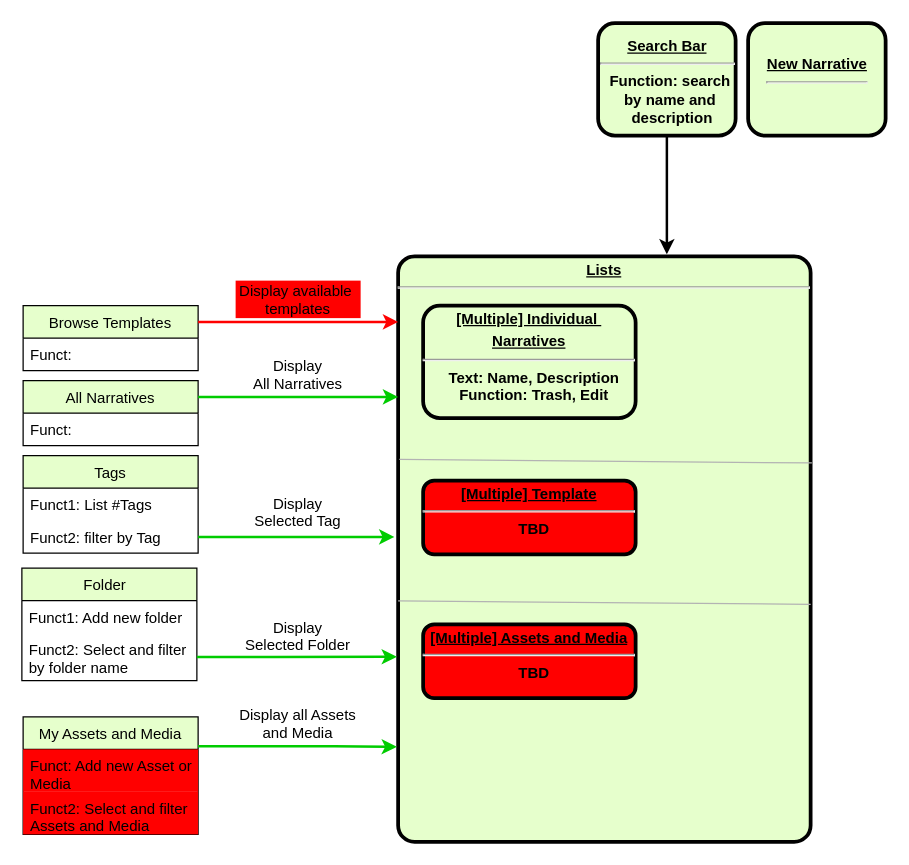
mfanSM/diagramFlowchart keeps this draw.io diagram as page "Portal Page" (1 of 2) of Springmatter Functional Diagram.drawio. Above is the earlier version. Source tidied: cells renumbered, new cells numbered last; positions are measured from the earlier drawing's top-left corner, leaving out a move shared by most shapes. Both pictures are drawn from the tidied source at 125%, with x=0, y=0 at pixel (21, 22).
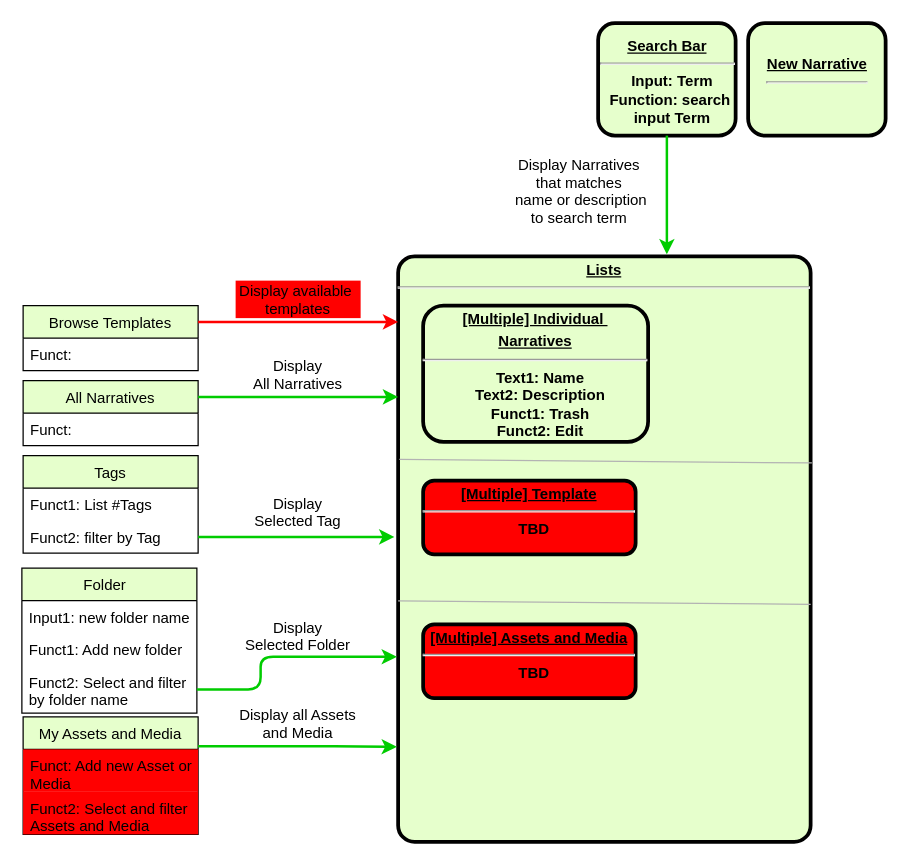
The same page after the edit.

The edit, as a diff of the source:
```diff
@@
-    <mxCell id="4" value="&lt;p style=&quot;margin: 0px ; margin-top: 4px ; text-align: center ; text-decoration: underline&quot;&gt;[Multiple] Individual&amp;nbsp;&lt;/p&gt;&lt;p style=&quot;margin: 0px ; margin-top: 4px ; text-align: center ; text-decoration: underline&quot;&gt;Narratives&lt;/p&gt;&lt;hr&gt;&lt;p style=&quot;margin: 0px ; margin-left: 8px&quot;&gt;Text: Name, Description&lt;/p&gt;&lt;p style=&quot;margin: 0px ; margin-left: 8px&quot;&gt;Function: Trash, Edit&lt;/p&gt;" style="verticalAlign=middle;align=center;overflow=fill;fontSize=12;fontFamily=Helvetica;html=1;rounded=1;fontStyle=1;strokeWidth=3;fillColor=#E6FFCC;" parent="1" vertex="1">
-      <mxGeometry x="321" y="226" width="170" height="90" as="geometry" />
+    <mxCell id="4" value="&lt;p style=&quot;margin: 0px ; margin-top: 4px ; text-align: center ; text-decoration: underline&quot;&gt;[Multiple] Individual&amp;nbsp;&lt;/p&gt;&lt;p style=&quot;margin: 0px ; margin-top: 4px ; text-align: center ; text-decoration: underline&quot;&gt;Narratives&lt;/p&gt;&lt;hr&gt;&lt;p style=&quot;margin: 0px ; margin-left: 8px&quot;&gt;Text1: Name&lt;/p&gt;&lt;p style=&quot;margin: 0px ; margin-left: 8px&quot;&gt;Text2: Description&lt;/p&gt;&lt;p style=&quot;margin: 0px ; margin-left: 8px&quot;&gt;Funct1: Trash&lt;/p&gt;&lt;p style=&quot;margin: 0px ; margin-left: 8px&quot;&gt;Funct2: Edit&lt;/p&gt;" style="verticalAlign=middle;align=center;overflow=fill;fontSize=12;fontFamily=Helvetica;html=1;rounded=1;fontStyle=1;strokeWidth=3;fillColor=#E6FFCC;" parent="1" vertex="1">
+      <mxGeometry x="321" y="226" width="180" height="109" as="geometry" />
     </mxCell>
-    <mxCell id="5" value="&lt;p style=&quot;margin: 0px ; margin-top: 4px ; text-align: center ; text-decoration: underline&quot;&gt;&lt;strong&gt;Search Bar&lt;br&gt;&lt;/strong&gt;&lt;/p&gt;&lt;hr&gt;&lt;p style=&quot;margin: 0px ; margin-left: 8px&quot;&gt;Function: search&amp;nbsp;&lt;/p&gt;&lt;p style=&quot;margin: 0px ; margin-left: 8px&quot;&gt;by&amp;nbsp;&lt;span&gt;name and&amp;nbsp;&lt;/span&gt;&lt;/p&gt;&lt;p style=&quot;margin: 0px ; margin-left: 8px&quot;&gt;&lt;span&gt;description&lt;/span&gt;&lt;/p&gt;" style="verticalAlign=middle;align=center;overflow=auto;fontSize=12;fontFamily=Helvetica;html=1;rounded=1;fontStyle=1;strokeWidth=3;fillColor=#E6FFCC;" parent="1" vertex="1">
+    <mxCell id="5" value="&lt;p style=&quot;margin: 0px ; margin-top: 4px ; text-align: center ; text-decoration: underline&quot;&gt;&lt;strong&gt;Search Bar&lt;br&gt;&lt;/strong&gt;&lt;/p&gt;&lt;hr&gt;&lt;p style=&quot;margin: 0px ; margin-left: 8px&quot;&gt;Input: Term&lt;/p&gt;&lt;p style=&quot;margin: 0px ; margin-left: 8px&quot;&gt;Function: search&amp;nbsp;&lt;/p&gt;&lt;p style=&quot;margin: 0px ; margin-left: 8px&quot;&gt;input Term&lt;/p&gt;" style="verticalAlign=middle;align=center;overflow=auto;fontSize=12;fontFamily=Helvetica;html=1;rounded=1;fontStyle=1;strokeWidth=3;fillColor=#E6FFCC;" parent="1" vertex="1">
       <mxGeometry x="461" width="110" height="90" as="geometry" />
     </mxCell>
@@
-    <mxCell id="7" style="edgeStyle=elbowEdgeStyle;elbow=horizontal;strokeColor=#000000;strokeWidth=2;exitX=0.5;exitY=1;exitDx=0;exitDy=0;" parent="1" edge="1" source="5">
+    <mxCell id="7" style="edgeStyle=elbowEdgeStyle;elbow=horizontal;strokeColor=#00CC00;strokeWidth=2;exitX=0.5;exitY=1;exitDx=0;exitDy=0;" parent="1" edge="1" source="5">
       <mxGeometry relative="1" as="geometry">
         <mxPoint x="516" y="185" as="targetPoint" />
         <Array as="points">
           <mxPoint x="516" y="125" />
         </Array>
       </mxGeometry>
     </mxCell>
@@
     <mxCell id="19" value="Folder  " style="swimlane;fontStyle=0;horizontal=1;startSize=26;fillColor=#E6FFCC;" parent="1" vertex="1">
-      <mxGeometry y="436" width="140" height="90" as="geometry" />
+      <mxGeometry y="436" width="140" height="116" as="geometry" />
     </mxCell>
+    <mxCell id="34" value="Input1: new folder name" style="text;strokeColor=none;fillColor=none;align=left;verticalAlign=top;spacingLeft=4;spacingRight=4;overflow=hidden;" parent="19" vertex="1">
+      <mxGeometry y="26" width="140" height="26" as="geometry" />
+    </mxCell>
     <mxCell id="20" value="Funct1: Add new folder" style="text;strokeColor=none;fillColor=none;align=left;verticalAlign=top;spacingLeft=4;spacingRight=4;overflow=hidden;" parent="19" vertex="1">
-      <mxGeometry y="26" width="140" height="26" as="geometry" />
+      <mxGeometry y="52" width="140" height="26" as="geometry" />
     </mxCell>
     <mxCell id="21" value="Funct2: Select and filter &#10;by folder name" style="text;strokeColor=none;fillColor=none;align=left;verticalAlign=top;spacingLeft=4;spacingRight=4;overflow=hidden;points=[[0,0.5],[1,0.5]];portConstraint=eastwest;overflow-wrap=normal;" parent="19" vertex="1">
-      <mxGeometry y="52" width="140" height="38" as="geometry" />
+      <mxGeometry y="78" width="140" height="38" as="geometry" />
     </mxCell>
@@
+    <mxCell id="35" value="Display Narratives &#10;that matches&#10; name or description &#10;to search term" style="text;spacingTop=-5;align=center;fillColor=none;" parent="1" vertex="1">
+      <mxGeometry x="381" y="105" width="130" height="60" as="geometry" />
+    </mxCell>
```
